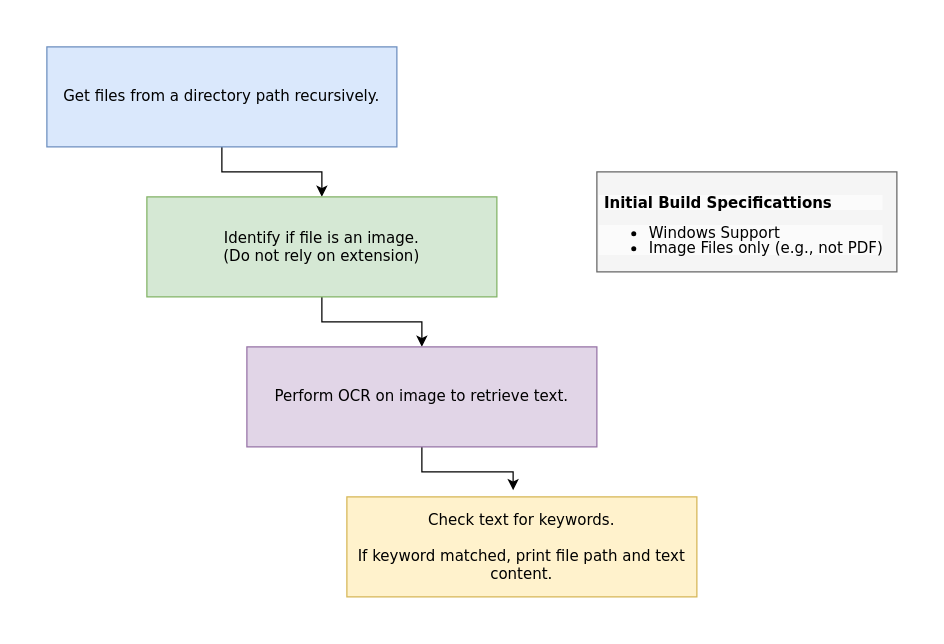
Before: Module 01 - Image Content Analyzer/mod1.drawio in jcole-sec/CSC-842, a draw.io diagram. Source tidied: cells renumbered, new cells numbered last; positions are measured from the earlier drawing's top-left corner, leaving out a move shared by most shapes. Both pictures are drawn from the tidied source at 125%, with x=0, y=0 at pixel (46, 46).
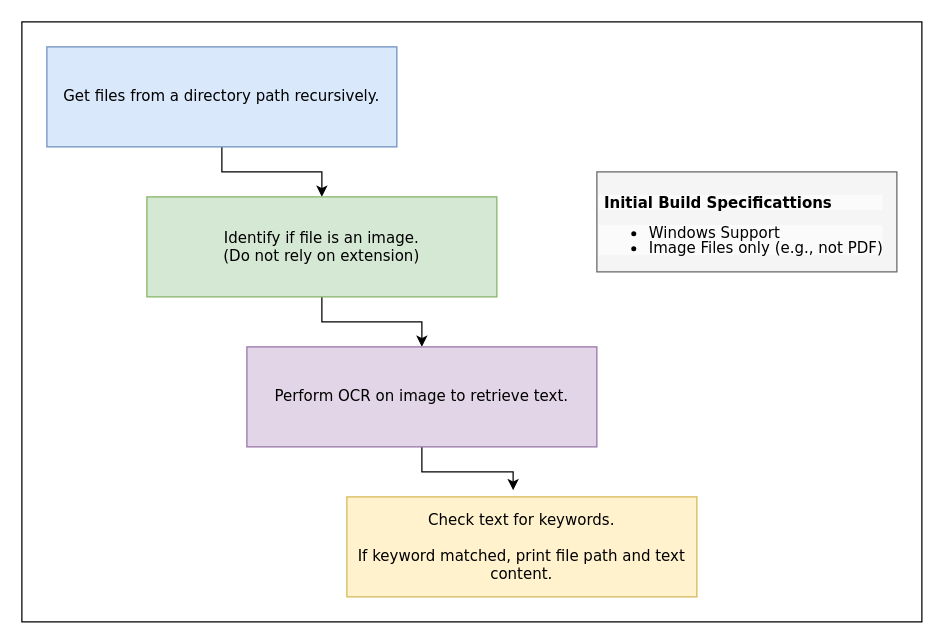
The same page after the edit.

What changed in the source:
```diff
@@
 <mxGraphModel>
   <root>
     <mxCell id="0" />
     <mxCell id="1" parent="0" />
+    <mxCell id="10" style="rounded=0;whiteSpace=wrap;html=1;" parent="1" vertex="1">
+      <mxGeometry x="-20" y="-20" width="720" height="480" as="geometry" />
+    </mxCell>
     <mxCell id="2" style="edgeStyle=orthogonalEdgeStyle;rounded=0;jettySize=auto;html=1;fontFamily=Verdana;" parent="1" edge="1" source="3" target="5">
       <mxGeometry relative="1" as="geometry" />
     </mxCell>
     <mxCell id="3" value="Get files from a directory path recursively." style="rounded=0;whiteSpace=wrap;html=1;fillColor=#dae8fc;strokeColor=#6c8ebf;fontFamily=Verdana;" parent="1" vertex="1">
       <mxGeometry width="280" height="80" as="geometry" />
     </mxCell>
     <mxCell id="4" style="edgeStyle=orthogonalEdgeStyle;rounded=0;jettySize=auto;html=1;fontFamily=Verdana;" parent="1" edge="1" source="5" target="7">
       <mxGeometry relative="1" as="geometry" />
     </mxCell>
     <mxCell id="5" value="Identify if file is an image.&lt;br&gt;(Do not rely on extension)" style="rounded=0;whiteSpace=wrap;html=1;fillColor=#d5e8d4;strokeColor=#82b366;fontFamily=Verdana;" parent="1" vertex="1">
       <mxGeometry x="80" y="120" width="280" height="80" as="geometry" />
     </mxCell>
     <mxCell id="6" style="edgeStyle=orthogonalEdgeStyle;rounded=0;jettySize=auto;html=1;exitX=0.5;exitY=1;exitDx=0;exitDy=0;entryX=0.475;entryY=-0.067;entryDx=0;entryDy=0;entryPerimeter=0;fontFamily=Verdana;" parent="1" edge="1" source="7" target="8">
       <mxGeometry relative="1" as="geometry" />
     </mxCell>
     <mxCell id="7" value="Perform OCR on image to retrieve text." style="rounded=0;whiteSpace=wrap;html=1;fillColor=#e1d5e7;strokeColor=#9673a6;fontFamily=Verdana;" parent="1" vertex="1">
       <mxGeometry x="160" y="240" width="280" height="80" as="geometry" />
     </mxCell>
     <mxCell id="8" value="Check text for keywords.&lt;br&gt;&lt;br&gt;If keyword matched, print file path and text content." style="rounded=0;whiteSpace=wrap;html=1;fillColor=#fff2cc;strokeColor=#d6b656;fontFamily=Verdana;" parent="1" vertex="1">
       <mxGeometry x="240" y="360" width="280" height="80" as="geometry" />
     </mxCell>
     <mxCell id="9" value="&lt;p style=&quot;border-color: var(--border-color); color: rgb(0, 0, 0); font-size: 12px; font-style: normal; font-variant-ligatures: normal; font-variant-caps: normal; letter-spacing: normal; orphans: 2; text-align: left; text-indent: 0px; text-transform: none; widows: 2; word-spacing: 0px; -webkit-text-stroke-width: 0px; background-color: rgb(251, 251, 251); text-decoration-thickness: initial; text-decoration-style: initial; text-decoration-color: initial; line-height: 12px;&quot;&gt;&lt;b&gt;&amp;nbsp;Initial Build Specificattions&lt;/b&gt;&lt;/p&gt;&lt;ul style=&quot;border-color: var(--border-color); color: rgb(0, 0, 0); font-size: 12px; font-style: normal; font-variant-ligatures: normal; font-variant-caps: normal; letter-spacing: normal; orphans: 2; text-align: left; text-indent: 0px; text-transform: none; widows: 2; word-spacing: 0px; -webkit-text-stroke-width: 0px; background-color: rgb(251, 251, 251); text-decoration-thickness: initial; text-decoration-style: initial; text-decoration-color: initial; line-height: 12px;&quot;&gt;&lt;li style=&quot;border-color: var(--border-color);&quot;&gt;Windows Support&lt;/li&gt;&lt;li style=&quot;font-weight: 400; border-color: var(--border-color);&quot;&gt;Image Files only (e.g., not PDF)&lt;/li&gt;&lt;/ul&gt;" style="text;whiteSpace=wrap;html=1;strokeColor=#666666;fillColor=#f5f5f5;fontColor=#333333;fontFamily=Verdana;" parent="1" vertex="1">
       <mxGeometry x="440" y="100" width="240" height="80" as="geometry" />
     </mxCell>
   </root>
 </mxGraphModel>
```
